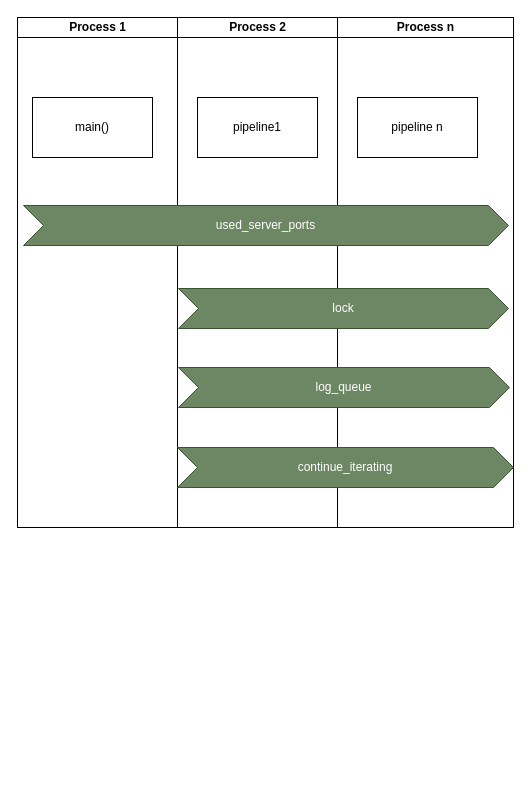
fkie-cad/Logprep keeps this draw.io diagram as doc/source/development/architecture/diagramms/multiprocessing.drawio. Above is the earlier version. Source tidied: cells renumbered, new cells numbered last; positions are measured from the earlier drawing's top-left corner, leaving out a move shared by most shapes. Both pictures are drawn from the tidied source at 100%, with x=0, y=0 at pixel (17, 17).
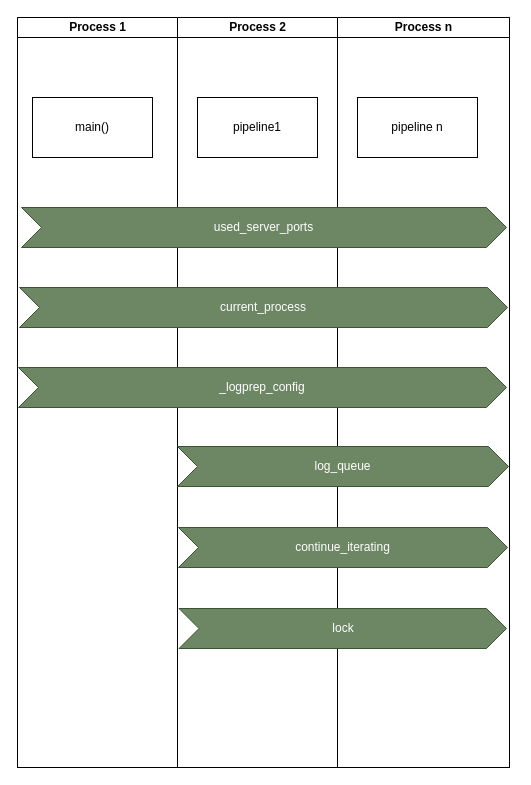
The same diagram, later.

Diff of the diagram source:
```diff
@@
 <mxGraphModel>
   <root>
     <mxCell id="0" />
     <mxCell id="1" parent="0" />
     <mxCell id="2" style="swimlane;startSize=0;html=1;" parent="1" vertex="1">
-      <mxGeometry width="496" height="510" as="geometry" />
+      <mxGeometry width="492" height="750" as="geometry" />
     </mxCell>
     <mxCell id="3" value="Process 1" style="swimlane;startSize=20;html=1;" parent="2" vertex="1">
-      <mxGeometry width="160" height="510" as="geometry" />
+      <mxGeometry width="160" height="750" as="geometry" />
     </mxCell>
     <mxCell id="4" value="main()" style="rounded=0;whiteSpace=wrap;html=1;" parent="3" vertex="1">
       <mxGeometry x="15" y="80" width="120" height="60" as="geometry" />
     </mxCell>
     <mxCell id="5" value="Process 2" style="swimlane;startSize=20;html=1;" parent="2" vertex="1">
-      <mxGeometry x="160" width="160" height="510" as="geometry" />
+      <mxGeometry x="160" width="160" height="750" as="geometry" />
     </mxCell>
     <mxCell id="6" value="pipeline1" style="rounded=0;whiteSpace=wrap;html=1;" parent="5" vertex="1">
       <mxGeometry x="20" y="80" width="120" height="60" as="geometry" />
     </mxCell>
     <mxCell id="7" value="Process n" style="swimlane;startSize=20;html=1;" parent="2" vertex="1">
-      <mxGeometry x="320" width="176" height="510" as="geometry" />
+      <mxGeometry x="320" width="172" height="750" as="geometry" />
     </mxCell>
     <mxCell id="8" value="pipeline n" style="rounded=0;whiteSpace=wrap;html=1;" parent="7" vertex="1">
       <mxGeometry x="20" y="80" width="120" height="60" as="geometry" />
     </mxCell>
     <mxCell id="9" value="used_server_ports" style="shape=step;perimeter=stepPerimeter;whiteSpace=wrap;html=1;fixedSize=1;fillColor=#6d8764;fontColor=#ffffff;strokeColor=#3A5431;" parent="7" vertex="1">
-      <mxGeometry x="-314" y="188" width="485" height="40" as="geometry" />
+      <mxGeometry x="-316" y="190" width="485" height="40" as="geometry" />
     </mxCell>
     <mxCell id="10" value="lock" style="shape=step;perimeter=stepPerimeter;whiteSpace=wrap;html=1;fixedSize=1;fillColor=#6d8764;fontColor=#ffffff;strokeColor=#3A5431;" parent="7" vertex="1">
-      <mxGeometry x="-159" y="271" width="330" height="40" as="geometry" />
+      <mxGeometry x="-158.5" y="591" width="327.5" height="40" as="geometry" />
     </mxCell>
     <mxCell id="11" value="log_queue" style="shape=step;perimeter=stepPerimeter;whiteSpace=wrap;html=1;fixedSize=1;fillColor=#6d8764;fontColor=#ffffff;strokeColor=#3A5431;" parent="7" vertex="1">
-      <mxGeometry x="-159" y="350" width="331" height="40" as="geometry" />
+      <mxGeometry x="-160" y="429" width="331" height="40" as="geometry" />
     </mxCell>
     <mxCell id="12" value="continue_iterating" style="shape=step;perimeter=stepPerimeter;whiteSpace=wrap;html=1;fixedSize=1;fillColor=#6d8764;fontColor=#ffffff;strokeColor=#3A5431;" parent="7" vertex="1">
-      <mxGeometry x="-160" y="430" width="336" height="40" as="geometry" />
+      <mxGeometry x="-159" y="510" width="329" height="40" as="geometry" />
     </mxCell>
+    <mxCell id="13" value="current_process" style="shape=step;perimeter=stepPerimeter;whiteSpace=wrap;html=1;fixedSize=1;fillColor=#6d8764;fontColor=#ffffff;strokeColor=#3A5431;" parent="7" vertex="1">
+      <mxGeometry x="-318" y="270" width="488" height="40" as="geometry" />
+    </mxCell>
+    <mxCell id="14" value="_logprep_config" style="shape=step;perimeter=stepPerimeter;whiteSpace=wrap;html=1;fixedSize=1;fillColor=#6d8764;fontColor=#ffffff;strokeColor=#3A5431;" parent="7" vertex="1">
+      <mxGeometry x="-319" y="350" width="488" height="40" as="geometry" />
+    </mxCell>
   </root>
 </mxGraphModel>
```
